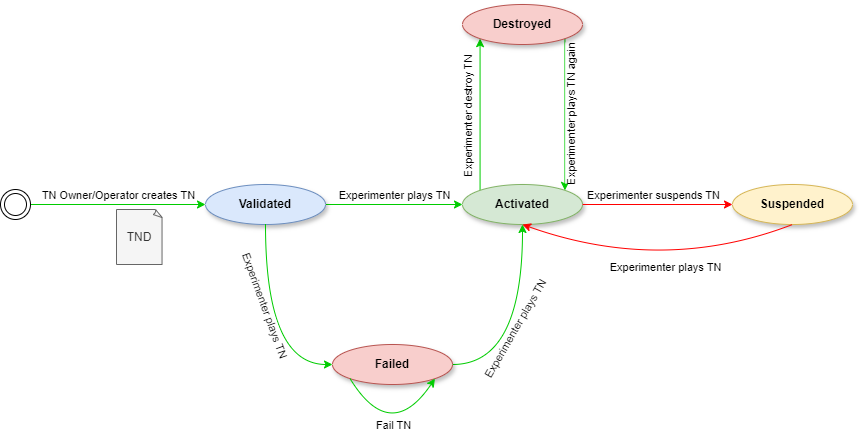
6G-SANDBOX/TNLCM keeps this draw.io diagram as docs/images/stateMachine.png. Above is the earlier version. Source tidied: cells renumbered, new cells last; positions are measured from the earlier drawing's top-left corner, leaving out a move shared by most shapes.
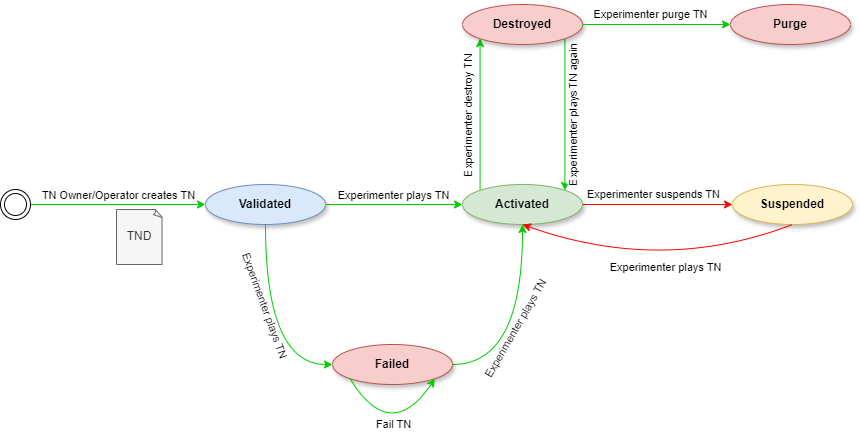
After the commit.

What changed in the source:
```diff
@@ -75,7 +75,7 @@
     </mxCell>
     <mxCell id="21" value="Experimenter plays TN again" style="edgeLabel;html=1;align=center;verticalAlign=middle;rotation=-90;" parent="20" vertex="1">
       <mxGeometry x="-0.11" y="-2" relative="1" as="geometry">
-        <mxPoint x="8" y="9" as="offset" />
+        <mxPoint x="10" y="9" as="offset" />
       </mxGeometry>
     </mxCell>
     <mxCell id="22" value="&lt;b&gt;Destroyed&lt;/b&gt;" style="ellipse;whiteSpace=wrap;html=1;shadow=1;fillColor=#f8cecc;strokeColor=#b85450;" parent="1" vertex="1">
@@ -93,5 +93,16 @@
         <mxPoint y="12" as="offset" />
       </mxGeometry>
     </mxCell>
+    <mxCell id="25" value="&lt;b&gt;Purge&lt;/b&gt;" style="ellipse;whiteSpace=wrap;html=1;shadow=1;fillColor=#f8cecc;strokeColor=#b85450;" parent="1" vertex="1">
+      <mxGeometry x="730" width="120" height="40" as="geometry" />
+    </mxCell>
+    <mxCell id="26" style="edgeStyle=orthogonalEdgeStyle;rounded=0;jettySize=auto;html=1;entryX=0;entryY=0.5;entryDx=0;entryDy=0;exitX=1;exitY=0.5;exitDx=0;exitDy=0;strokeColor=#00CC00;" parent="1" edge="1" source="22" target="25">
+      <mxGeometry relative="1" as="geometry" />
+    </mxCell>
+    <mxCell id="27" value="Experimenter purge TN" style="edgeLabel;html=1;align=center;verticalAlign=middle;rotation=0;" parent="26" vertex="1">
+      <mxGeometry x="0.02" relative="1" as="geometry">
+        <mxPoint x="-7" y="-10" as="offset" />
+      </mxGeometry>
+    </mxCell>
   </root>
 </mxGraphModel>
```
